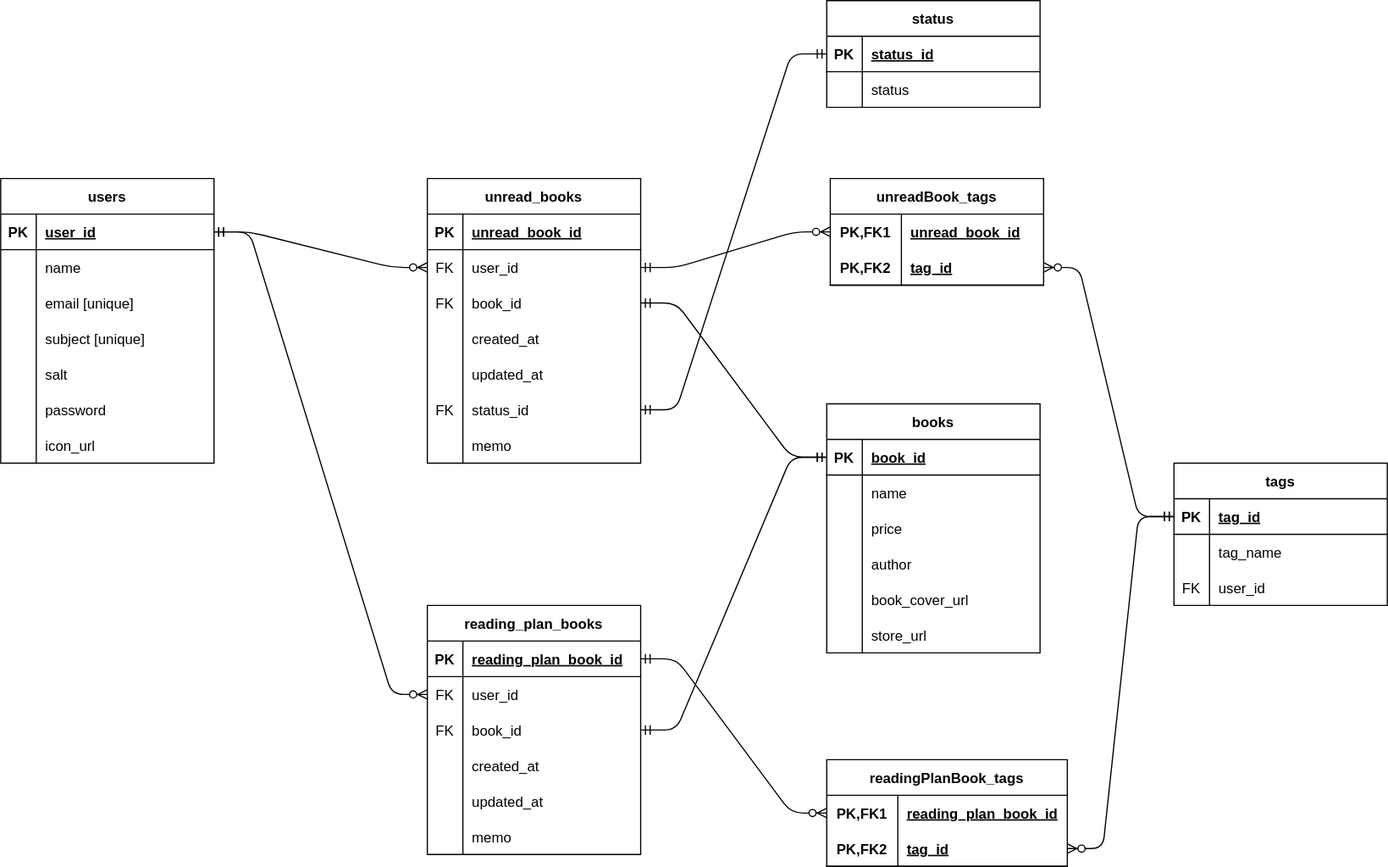
The draw.io diagram docs/db-schema.drawio.svg in hiroki-kon/tsundoku, before a commit. Source tidied: cells renumbered, new cells last; positions are measured from the earlier drawing's top-left corner, leaving out a move shared by most shapes.
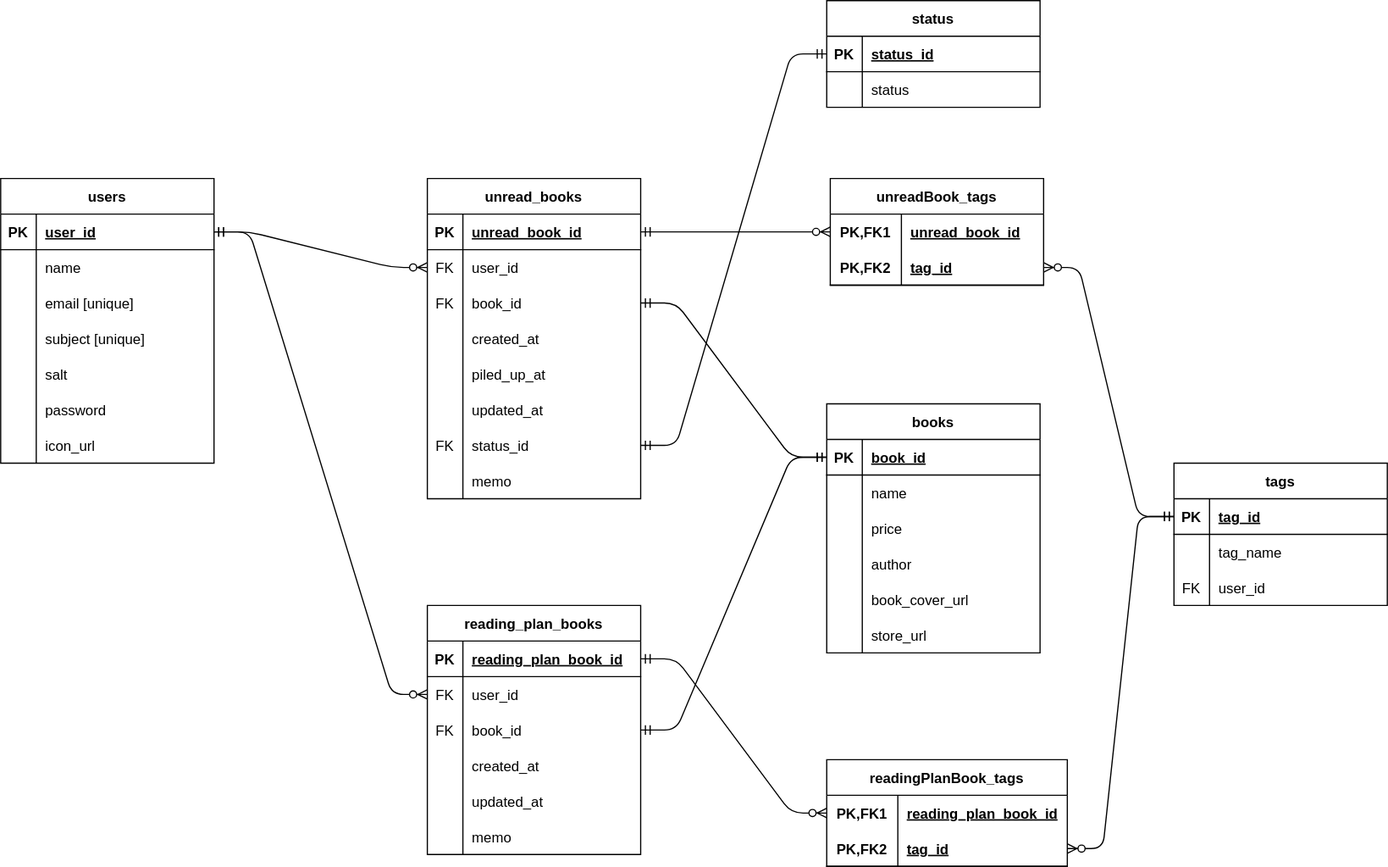
Later version of the same file.

The edit, as a diff of the source:
```diff
@@ -69,7 +69,7 @@
       <mxGeometry x="30" width="150" height="30" as="geometry" />
     </mxCell>
     <mxCell id="24" value="unread_books" style="shape=table;startSize=30;rowLines=0;fontStyle=1;align=center;" parent="1" vertex="1">
-      <mxGeometry x="360" y="150" width="180" height="240" as="geometry" />
+      <mxGeometry x="360" y="150" width="180" height="270" as="geometry" />
     </mxCell>
     <mxCell id="25" style="shape=tableRow;horizontal=0;startSize=0;swimlaneHead=0;swimlaneBody=0;fillColor=none;points=[[0,0.5],[1,0.5]];portConstraint=eastwest;top=0;left=0;right=0;bottom=1;" parent="24" vertex="1">
       <mxGeometry y="30" width="180" height="30" as="geometry" />
@@ -107,8 +107,17 @@
     <mxCell id="36" value="created_at" style="shape=partialRectangle;fillColor=none;top=0;left=0;bottom=0;right=0;align=left;spacingLeft=6;overflow=hidden;" parent="34" vertex="1">
       <mxGeometry x="30" width="150" height="30" as="geometry" />
     </mxCell>
+    <mxCell id="124" style="shape=tableRow;horizontal=0;startSize=0;swimlaneHead=0;swimlaneBody=0;fillColor=none;top=0;left=0;right=0;bottom=0;" parent="24" vertex="1">
+      <mxGeometry y="150" width="180" height="30" as="geometry" />
+    </mxCell>
+    <mxCell id="125" style="shape=partialRectangle;fillColor=none;top=0;left=0;bottom=0;right=0;overflow=hidden;" parent="124" vertex="1">
+      <mxGeometry width="30" height="30" as="geometry" />
+    </mxCell>
+    <mxCell id="126" value="piled_up_at" style="shape=partialRectangle;fillColor=none;top=0;left=0;bottom=0;right=0;align=left;spacingLeft=6;overflow=hidden;" parent="124" vertex="1">
+      <mxGeometry x="30" width="150" height="30" as="geometry" />
+    </mxCell>
     <mxCell id="37" style="shape=tableRow;horizontal=0;startSize=0;swimlaneHead=0;swimlaneBody=0;fillColor=none;top=0;left=0;right=0;bottom=0;" parent="24" vertex="1">
-      <mxGeometry y="150" width="180" height="30" as="geometry" />
+      <mxGeometry y="180" width="180" height="30" as="geometry" />
     </mxCell>
     <mxCell id="38" style="shape=partialRectangle;fillColor=none;top=0;left=0;bottom=0;right=0;overflow=hidden;" parent="37" vertex="1">
       <mxGeometry width="30" height="30" as="geometry" />
@@ -117,7 +126,7 @@
       <mxGeometry x="30" width="150" height="30" as="geometry" />
     </mxCell>
     <mxCell id="40" style="shape=tableRow;horizontal=0;startSize=0;swimlaneHead=0;swimlaneBody=0;fillColor=none;points=[[0,0.5],[1,0.5]];portConstraint=eastwest;top=0;left=0;right=0;bottom=0;" parent="24" vertex="1">
-      <mxGeometry y="180" width="180" height="30" as="geometry" />
+      <mxGeometry y="210" width="180" height="30" as="geometry" />
     </mxCell>
     <mxCell id="41" value="FK" style="shape=partialRectangle;fillColor=none;top=0;left=0;bottom=0;right=0;overflow=hidden;" parent="40" vertex="1">
       <mxGeometry width="30" height="30" as="geometry" />
@@ -126,7 +135,7 @@
       <mxGeometry x="30" width="150" height="30" as="geometry" />
     </mxCell>
     <mxCell id="43" style="shape=tableRow;horizontal=0;startSize=0;swimlaneHead=0;swimlaneBody=0;fillColor=none;top=0;left=0;right=0;bottom=0;" parent="24" vertex="1">
-      <mxGeometry y="210" width="180" height="30" as="geometry" />
+      <mxGeometry y="240" width="180" height="30" as="geometry" />
     </mxCell>
     <mxCell id="44" style="shape=partialRectangle;fillColor=none;top=0;left=0;bottom=0;right=0;overflow=hidden;" parent="43" vertex="1">
       <mxGeometry width="30" height="30" as="geometry" />
@@ -188,7 +197,7 @@
     <mxCell id="63" style="edgeStyle=entityRelationEdgeStyle;fontSize=12;html=1;endArrow=ERzeroToMany;startArrow=ERmandOne;entryX=0;entryY=0.5;entryDx=0;entryDy=0;exitX=1;exitY=0.5;exitDx=0;exitDy=0;" parent="1" edge="1" source="3" target="28">
       <mxGeometry relative="1" as="geometry" />
     </mxCell>
-    <mxCell id="64" style="edgeStyle=entityRelationEdgeStyle;fontSize=12;html=1;endArrow=ERzeroToMany;startArrow=ERmandOne;" parent="1" edge="1" source="28" target="56">
+    <mxCell id="64" style="edgeStyle=entityRelationEdgeStyle;fontSize=12;html=1;endArrow=ERzeroToMany;startArrow=ERmandOne;exitX=1;exitY=0.5;exitDx=0;exitDy=0;" parent="1" edge="1" source="25" target="56">
       <mxGeometry relative="1" as="geometry" />
     </mxCell>
     <mxCell id="65" style="edgeStyle=entityRelationEdgeStyle;fontSize=12;html=1;endArrow=ERzeroToMany;startArrow=ERmandOne;entryX=1;entryY=0.5;entryDx=0;entryDy=0;exitX=0;exitY=0.5;exitDx=0;exitDy=0;" parent="1" edge="1" source="47" target="60">
```
